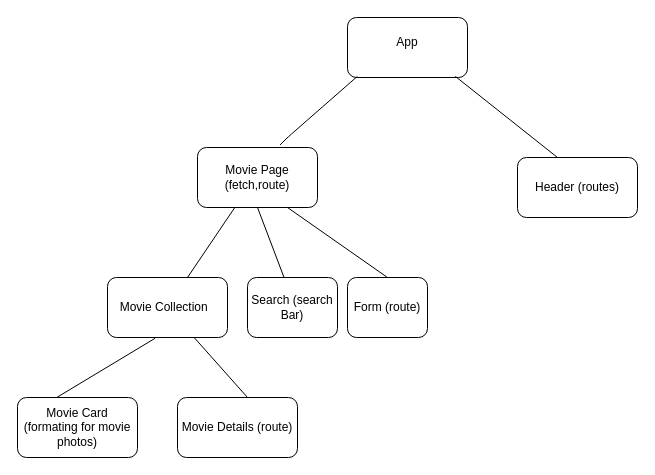
Before: my-app/layout.drawio in grcheeseman/phase-2-react-project, a draw.io diagram. Source tidied: cells renumbered, new cells numbered last; positions are measured from the earlier drawing's top-left corner, leaving out a move shared by most shapes. Both pictures are drawn from the tidied source at 100%, with x=0, y=0 at pixel (17, 17).
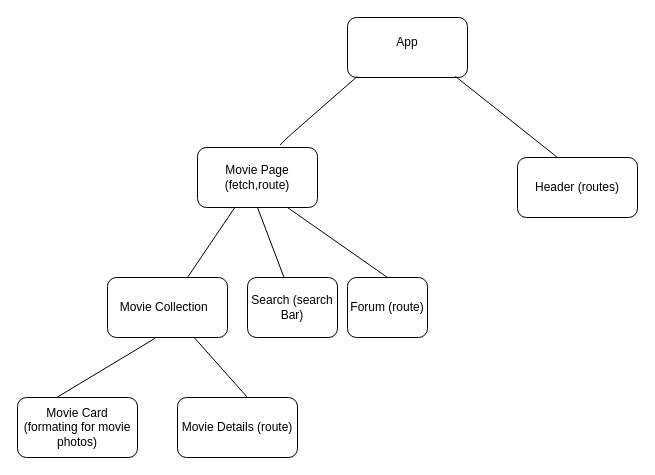
Above is the later version.

What changed in the source:
```diff
@@
-    <mxCell id="12" value="Form (route)" style="rounded=1;whiteSpace=wrap;html=1;" parent="1" vertex="1">
+    <mxCell id="12" value="Forum (route)" style="rounded=1;whiteSpace=wrap;html=1;" parent="1" vertex="1">
       <mxGeometry x="330" y="260" width="80" height="60" as="geometry" />
     </mxCell>
```
